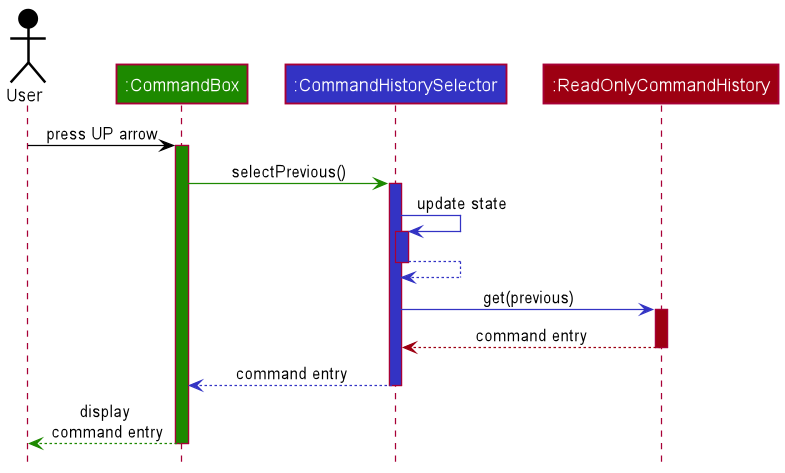
The PlantUML diagram docs/images/commandhistory/CmdHistAccessHistorySequenceDiagram.png in nus-cs2103-AY2021S2/tp, before a commit. Its diagram source:
```plantuml
@startuml
!include ../style.puml

Actor User as user USER_COLOR
Participant ":CommandBox" as ui UI_COLOR
Participant ":CommandHistorySelector" as selector LOGIC_COLOR
Participant ":ReadOnlyCommandHistory" as cmdHist MODEL_COLOR

user -[USER_COLOR]> ui : press UP arrow
activate ui UI_COLOR

ui -[UI_COLOR]> selector : selectPrevious()
activate selector LOGIC_COLOR

selector -[LOGIC_COLOR]> selector : update state
activate selector LOGIC_COLOR

selector --[LOGIC_COLOR]> selector
deactivate selector

selector -[LOGIC_COLOR]> cmdHist : get(previous)
activate cmdHist MODEL_COLOR

cmdHist --[MODEL_COLOR]> selector : command entry
deactivate cmdHist

selector --[LOGIC_COLOR]> ui : command entry
deactivate selector

ui --[UI_COLOR]> user : display\n command entry
deactivate ui UI_COLOR

@enduml
```
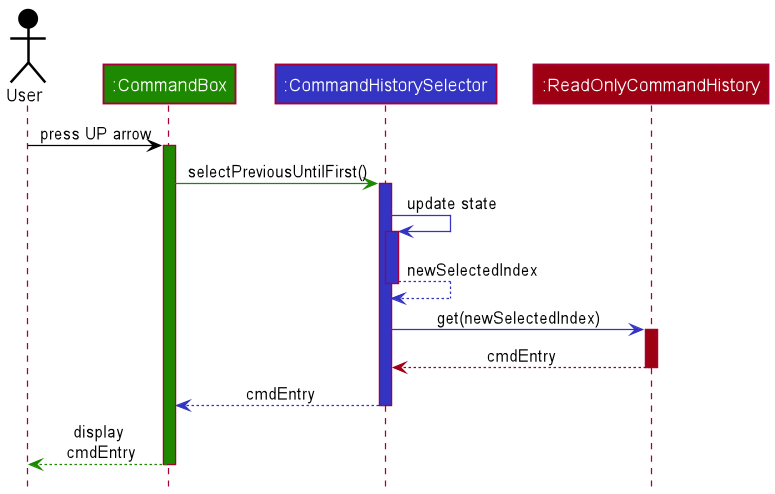
The same diagram one commit later.

Commit message:
Docs(DG): Update Navigate History section

Change to the diagram source:
```diff
@@ -9,25 +9,25 @@
 user -[USER_COLOR]> ui : press UP arrow
 activate ui UI_COLOR
 
-ui -[UI_COLOR]> selector : selectPrevious()
+ui -[UI_COLOR]> selector : selectPreviousUntilFirst()
 activate selector LOGIC_COLOR
 
 selector -[LOGIC_COLOR]> selector : update state
 activate selector LOGIC_COLOR
 
-selector --[LOGIC_COLOR]> selector
+selector --[LOGIC_COLOR]> selector : newSelectedIndex
 deactivate selector
 
-selector -[LOGIC_COLOR]> cmdHist : get(previous)
+selector -[LOGIC_COLOR]> cmdHist : get(newSelectedIndex)
 activate cmdHist MODEL_COLOR
 
-cmdHist --[MODEL_COLOR]> selector : command entry
+cmdHist --[MODEL_COLOR]> selector : cmdEntry
 deactivate cmdHist
 
-selector --[LOGIC_COLOR]> ui : command entry
+selector --[LOGIC_COLOR]> ui : cmdEntry
 deactivate selector
 
-ui --[UI_COLOR]> user : display\n command entry
+ui --[UI_COLOR]> user : display\n cmdEntry
 deactivate ui UI_COLOR
 
 @enduml
```
